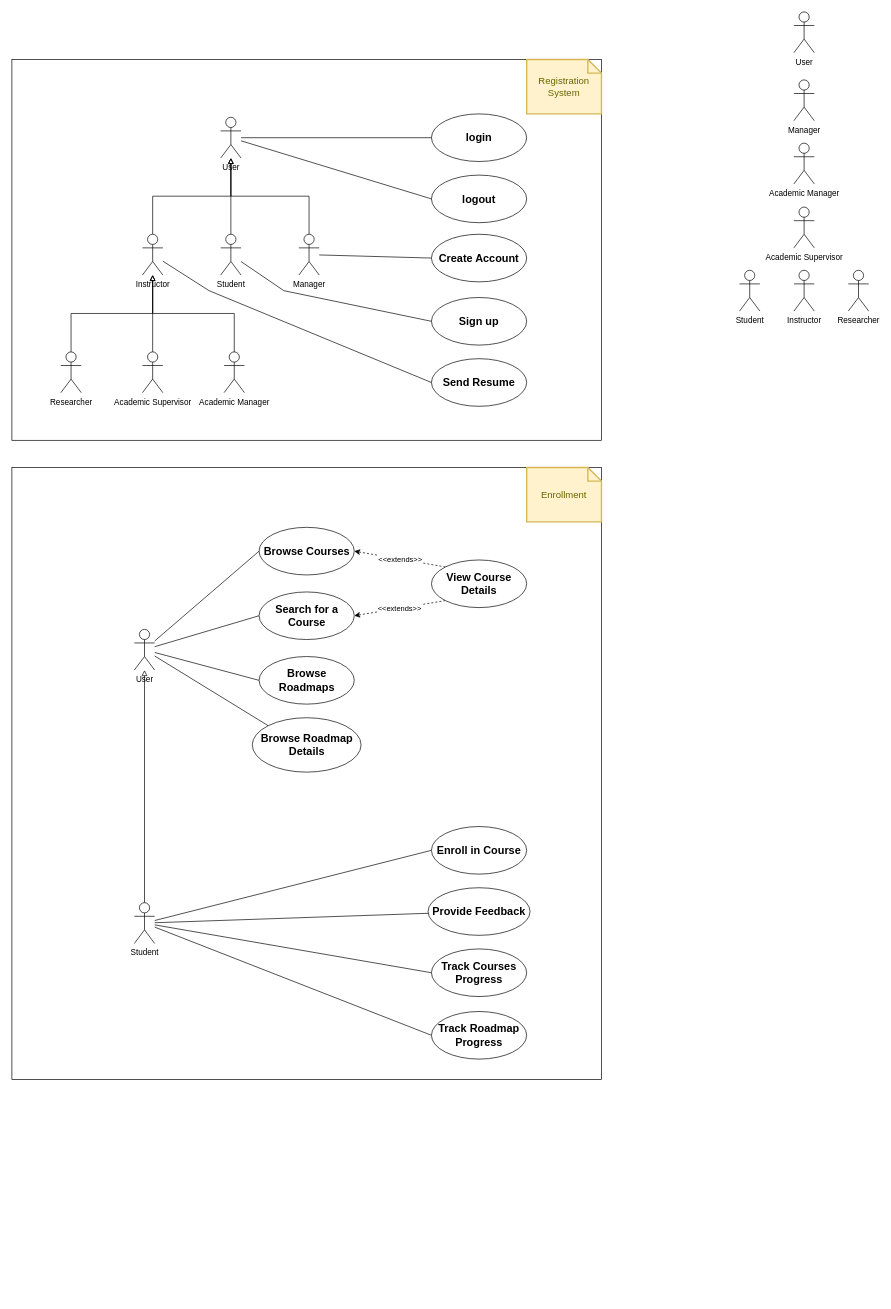
Above: academic_compass.drawio in YAMANX8/academic-compass (draw.io), before the change. Source tidied: cells renumbered, new cells numbered last; positions are measured from the earlier drawing's top-left corner, leaving out a move shared by most shapes. Both pictures are drawn from the tidied source at 68%, with x=0, y=0 at pixel (12, 12).
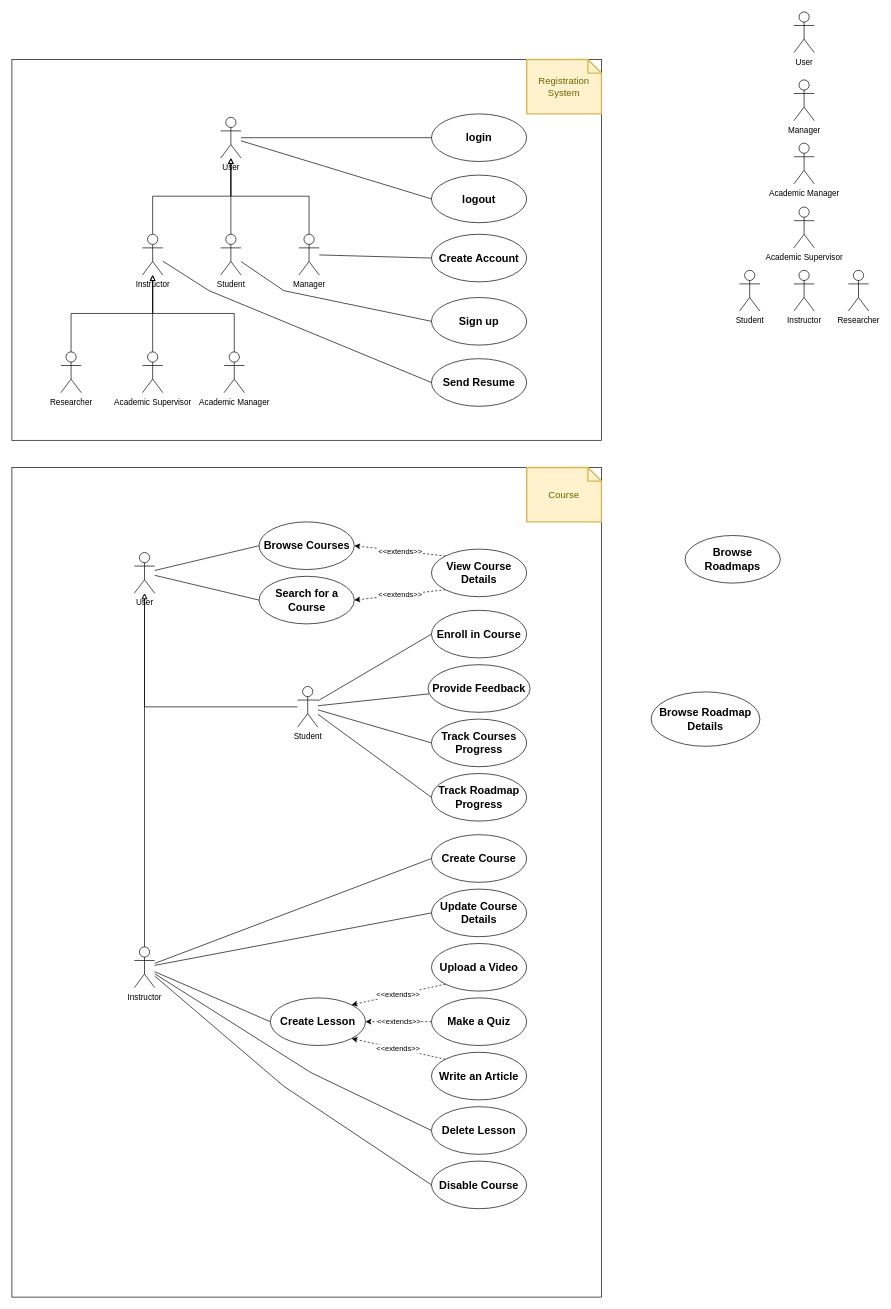
After the change.

The edit, as a diff of the source:
```diff
@@
     <mxCell id="32" style="rounded=0;whiteSpace=wrap;html=1;" parent="1" vertex="1">
-      <mxGeometry y="670" width="867" height="900" as="geometry" />
+      <mxGeometry y="670" width="867" height="1220" as="geometry" />
     </mxCell>
-    <mxCell id="33" value="Enrollment" style="shape=note;strokeWidth=2;fontSize=14;size=20;whiteSpace=wrap;html=1;fillColor=#fff2cc;strokeColor=#d6b656;fontColor=#666600;" parent="1" vertex="1">
+    <mxCell id="33" value="Course" style="shape=note;strokeWidth=2;fontSize=14;size=20;whiteSpace=wrap;html=1;fillColor=#fff2cc;strokeColor=#d6b656;fontColor=#666600;" parent="1" vertex="1">
       <mxGeometry x="757" y="670" width="110" height="80" as="geometry" />
     </mxCell>
@@
-    <mxCell id="35" style="edgeStyle=none;shape=connector;rounded=0;jettySize=auto;html=1;entryX=0;entryY=0.5;entryDx=0;entryDy=0;labelBackgroundColor=default;strokeColor=default;align=center;verticalAlign=middle;fontFamily=Helvetica;fontSize=11;fontColor=default;endArrow=none;endFill=0;" parent="1" edge="1" source="38" target="56">
-      <mxGeometry relative="1" as="geometry" />
-    </mxCell>
@@
-    <mxCell id="37" style="edgeStyle=none;shape=connector;rounded=0;jettySize=auto;html=1;entryX=0;entryY=0;entryDx=0;entryDy=0;labelBackgroundColor=default;strokeColor=default;align=center;verticalAlign=middle;fontFamily=Helvetica;fontSize=11;fontColor=default;endArrow=none;endFill=0;" parent="1" edge="1" source="38" target="58">
-      <mxGeometry relative="1" as="geometry" />
-    </mxCell>
     <mxCell id="38" value="User" style="shape=umlActor;verticalLabelPosition=bottom;verticalAlign=top;html=1;outlineConnect=0;" parent="1" vertex="1">
-      <mxGeometry x="180" y="908" width="30" height="60" as="geometry" />
+      <mxGeometry x="180" y="795" width="30" height="60" as="geometry" />
     </mxCell>
@@
     <mxCell id="47" value="Student" style="shape=umlActor;verticalLabelPosition=bottom;verticalAlign=top;html=1;outlineConnect=0;" parent="1" vertex="1">
-      <mxGeometry x="180" y="1310" width="30" height="60" as="geometry" />
+      <mxGeometry x="420" y="992" width="30" height="60" as="geometry" />
     </mxCell>
@@
     <mxCell id="50" value="View Course Details" style="ellipse;whiteSpace=wrap;html=1;fontSize=16;fontStyle=1;flipV=0;" parent="1" vertex="1">
-      <mxGeometry x="617" y="806" width="140" height="70" as="geometry" />
+      <mxGeometry x="617" y="790" width="140" height="70" as="geometry" />
     </mxCell>
     <mxCell id="51" value="Enroll in Course" style="ellipse;whiteSpace=wrap;html=1;fontSize=16;fontStyle=1;flipV=0;" parent="1" vertex="1">
-      <mxGeometry x="617" y="1198" width="140" height="70" as="geometry" />
+      <mxGeometry x="617" y="880" width="140" height="70" as="geometry" />
     </mxCell>
     <mxCell id="52" value="Track Courses Progress" style="ellipse;whiteSpace=wrap;html=1;fontSize=16;fontStyle=1;flipV=0;" parent="1" vertex="1">
-      <mxGeometry x="617" y="1378" width="140" height="70" as="geometry" />
+      <mxGeometry x="617" y="1040" width="140" height="70" as="geometry" />
     </mxCell>
     <mxCell id="53" value="Provide Feedback" style="ellipse;whiteSpace=wrap;html=1;fontSize=16;fontStyle=1;flipV=0;" parent="1" vertex="1">
-      <mxGeometry x="612" y="1288" width="150" height="70" as="geometry" />
+      <mxGeometry x="612" y="960" width="150" height="70" as="geometry" />
     </mxCell>
-    <mxCell id="54" style="group;" parent="1" vertex="1">
-      <mxGeometry x="353.5" y="758" width="160" height="360" as="geometry" />
-    </mxCell>
+    <mxCell id="59" value="Track Roadmap Progress" style="ellipse;whiteSpace=wrap;html=1;fontSize=16;fontStyle=1;flipV=0;" parent="1" vertex="1">
+      <mxGeometry x="617" y="1120" width="140" height="70" as="geometry" />
+    </mxCell>
-    <mxCell id="55" value="Browse Courses" style="ellipse;whiteSpace=wrap;html=1;fontSize=16;fontStyle=1;flipV=0;" parent="54" vertex="1">
-      <mxGeometry x="10" width="140" height="70" as="geometry" />
+    <mxCell id="55" value="Browse Courses" style="ellipse;whiteSpace=wrap;html=1;fontSize=16;fontStyle=1;flipV=0;" parent="1" vertex="1">
+      <mxGeometry x="363.5" y="750" width="140" height="70" as="geometry" />
     </mxCell>
-    <mxCell id="56" value="Browse Roadmaps" style="ellipse;whiteSpace=wrap;html=1;fontSize=16;fontStyle=1;flipV=0;" parent="54" vertex="1">
-      <mxGeometry x="10" y="190" width="140" height="70" as="geometry" />
+    <mxCell id="56" value="Browse Roadmaps" style="ellipse;whiteSpace=wrap;html=1;fontSize=16;fontStyle=1;flipV=0;" parent="1" vertex="1">
+      <mxGeometry x="990" y="770" width="140" height="70" as="geometry" />
     </mxCell>
-    <mxCell id="57" value="Search for a Course" style="ellipse;whiteSpace=wrap;html=1;fontSize=16;fontStyle=1;flipV=0;" parent="54" vertex="1">
-      <mxGeometry x="10" y="95" width="140" height="70" as="geometry" />
+    <mxCell id="57" value="Search for a Course" style="ellipse;whiteSpace=wrap;html=1;fontSize=16;fontStyle=1;flipV=0;" parent="1" vertex="1">
+      <mxGeometry x="363.5" y="830" width="140" height="70" as="geometry" />
     </mxCell>
-    <mxCell id="58" value="Browse Roadmap Details" style="ellipse;whiteSpace=wrap;html=1;fontSize=16;fontStyle=1;flipV=0;" parent="54" vertex="1">
-      <mxGeometry y="280" width="160" height="80" as="geometry" />
+    <mxCell id="58" value="Browse Roadmap Details" style="ellipse;whiteSpace=wrap;html=1;fontSize=16;fontStyle=1;flipV=0;" parent="1" vertex="1">
+      <mxGeometry x="940" y="1000" width="160" height="80" as="geometry" />
     </mxCell>
-    <mxCell id="59" value="Track Roadmap Progress" style="ellipse;whiteSpace=wrap;html=1;fontSize=16;fontStyle=1;flipV=0;" parent="1" vertex="1">
-      <mxGeometry x="617" y="1470" width="140" height="70" as="geometry" />
-    </mxCell>
+    <mxCell id="60" style="edgeStyle=orthogonalEdgeStyle;rounded=0;jettySize=auto;html=1;endArrow=block;endFill=0;" parent="1" edge="1" source="66" target="38">
+      <mxGeometry relative="1" as="geometry" />
+    </mxCell>
+    <mxCell id="61" style="edgeStyle=none;rounded=0;jettySize=auto;html=1;entryX=0;entryY=0.5;entryDx=0;entryDy=0;strokeColor=default;align=center;verticalAlign=middle;fontFamily=Helvetica;fontSize=11;fontColor=default;labelBackgroundColor=default;endArrow=none;endFill=0;" parent="1" edge="1" source="66" target="68">
+      <mxGeometry relative="1" as="geometry" />
+    </mxCell>
+    <mxCell id="62" style="edgeStyle=none;rounded=0;jettySize=auto;html=1;entryX=0;entryY=0.5;entryDx=0;entryDy=0;strokeColor=default;align=center;verticalAlign=middle;fontFamily=Helvetica;fontSize=11;fontColor=default;labelBackgroundColor=default;endArrow=none;endFill=0;" parent="1" edge="1" source="66" target="69">
+      <mxGeometry relative="1" as="geometry" />
+    </mxCell>
+    <mxCell id="63" style="edgeStyle=none;rounded=0;jettySize=auto;html=1;entryX=0;entryY=0.5;entryDx=0;entryDy=0;strokeColor=default;align=center;verticalAlign=middle;fontFamily=Helvetica;fontSize=11;fontColor=default;labelBackgroundColor=default;endArrow=none;endFill=0;" parent="1" edge="1" source="66" target="67">
+      <mxGeometry relative="1" as="geometry" />
+    </mxCell>
+    <mxCell id="64" style="edgeStyle=none;rounded=0;jettySize=auto;html=1;entryX=0;entryY=0.5;entryDx=0;entryDy=0;strokeColor=default;align=center;verticalAlign=middle;fontFamily=Helvetica;fontSize=11;fontColor=default;labelBackgroundColor=default;endArrow=none;endFill=0;" parent="1" edge="1" source="66" target="76">
+      <mxGeometry relative="1" as="geometry">
+        <Array as="points">
+          <mxPoint x="440" y="1560" />
+        </Array>
+      </mxGeometry>
+    </mxCell>
+    <mxCell id="65" style="edgeStyle=none;rounded=0;jettySize=auto;html=1;entryX=0;entryY=0.5;entryDx=0;entryDy=0;strokeColor=default;align=center;verticalAlign=middle;fontFamily=Helvetica;fontSize=11;fontColor=default;labelBackgroundColor=default;endArrow=none;endFill=0;" parent="1" edge="1" source="66" target="77">
+      <mxGeometry relative="1" as="geometry">
+        <Array as="points">
+          <mxPoint x="400" y="1580" />
+        </Array>
+      </mxGeometry>
+    </mxCell>
+    <mxCell id="66" value="Instructor" style="shape=umlActor;verticalLabelPosition=bottom;verticalAlign=top;html=1;outlineConnect=0;" parent="1" vertex="1">
+      <mxGeometry x="180" y="1375" width="30" height="60" as="geometry" />
+    </mxCell>
+    <mxCell id="67" value="Create Lesson" style="ellipse;whiteSpace=wrap;html=1;fontSize=16;fontStyle=1;flipV=0;" parent="1" vertex="1">
+      <mxGeometry x="380" y="1450" width="140" height="70" as="geometry" />
+    </mxCell>
+    <mxCell id="68" value="Create Course" style="ellipse;whiteSpace=wrap;html=1;fontSize=16;fontStyle=1;flipV=0;" parent="1" vertex="1">
+      <mxGeometry x="617" y="1210" width="140" height="70" as="geometry" />
+    </mxCell>
+    <mxCell id="69" value="Update Course Details" style="ellipse;whiteSpace=wrap;html=1;fontSize=16;fontStyle=1;flipV=0;" parent="1" vertex="1">
+      <mxGeometry x="617" y="1290" width="140" height="70" as="geometry" />
+    </mxCell>
+    <mxCell id="70" value="Upload a Video" style="ellipse;whiteSpace=wrap;html=1;fontSize=16;fontStyle=1;flipV=0;" parent="1" vertex="1">
+      <mxGeometry x="617" y="1370" width="140" height="70" as="geometry" />
+    </mxCell>
+    <mxCell id="71" value="Make a Quiz" style="ellipse;whiteSpace=wrap;html=1;fontSize=16;fontStyle=1;flipV=0;" parent="1" vertex="1">
+      <mxGeometry x="617" y="1450" width="140" height="70" as="geometry" />
+    </mxCell>
+    <mxCell id="72" value="Write an Article" style="ellipse;whiteSpace=wrap;html=1;fontSize=16;fontStyle=1;flipV=0;" parent="1" vertex="1">
+      <mxGeometry x="617" y="1530" width="140" height="70" as="geometry" />
+    </mxCell>
+    <mxCell id="73" value="&amp;lt;&amp;lt;extends&amp;gt;&amp;gt;" style="rounded=0;jettySize=auto;html=1;exitX=0;exitY=1;exitDx=0;exitDy=0;entryX=1;entryY=0;entryDx=0;entryDy=0;endArrow=classic;endFill=1;dashed=1;" parent="1" edge="1" source="70" target="67">
+      <mxGeometry relative="1" as="geometry" />
+    </mxCell>
+    <mxCell id="74" value="&amp;lt;&amp;lt;extends&amp;gt;&amp;gt;" style="edgeStyle=none;rounded=0;jettySize=auto;html=1;exitX=0;exitY=0.5;exitDx=0;exitDy=0;entryX=1;entryY=0.5;entryDx=0;entryDy=0;strokeColor=default;align=center;verticalAlign=middle;fontFamily=Helvetica;fontSize=11;fontColor=default;labelBackgroundColor=default;endArrow=classic;endFill=1;dashed=1;" parent="1" edge="1" source="71" target="67">
+      <mxGeometry x="-0.01" relative="1" as="geometry" />
+    </mxCell>
+    <mxCell id="75" value="&amp;lt;&amp;lt;extends&amp;gt;&amp;gt;" style="edgeStyle=none;rounded=0;jettySize=auto;html=1;exitX=0;exitY=0;exitDx=0;exitDy=0;entryX=1;entryY=1;entryDx=0;entryDy=0;strokeColor=default;align=center;verticalAlign=middle;fontFamily=Helvetica;fontSize=11;fontColor=default;labelBackgroundColor=default;endArrow=classic;endFill=1;dashed=1;" parent="1" edge="1" source="72" target="67">
+      <mxGeometry relative="1" as="geometry" />
+    </mxCell>
+    <mxCell id="76" value="Delete Lesson" style="ellipse;whiteSpace=wrap;html=1;fontSize=16;fontStyle=1;flipV=0;" parent="1" vertex="1">
+      <mxGeometry x="617" y="1610" width="140" height="70" as="geometry" />
+    </mxCell>
+    <mxCell id="77" value="Disable Course" style="ellipse;whiteSpace=wrap;html=1;fontSize=16;fontStyle=1;flipV=0;" parent="1" vertex="1">
+      <mxGeometry x="617" y="1690" width="140" height="70" as="geometry" />
+    </mxCell>
```
